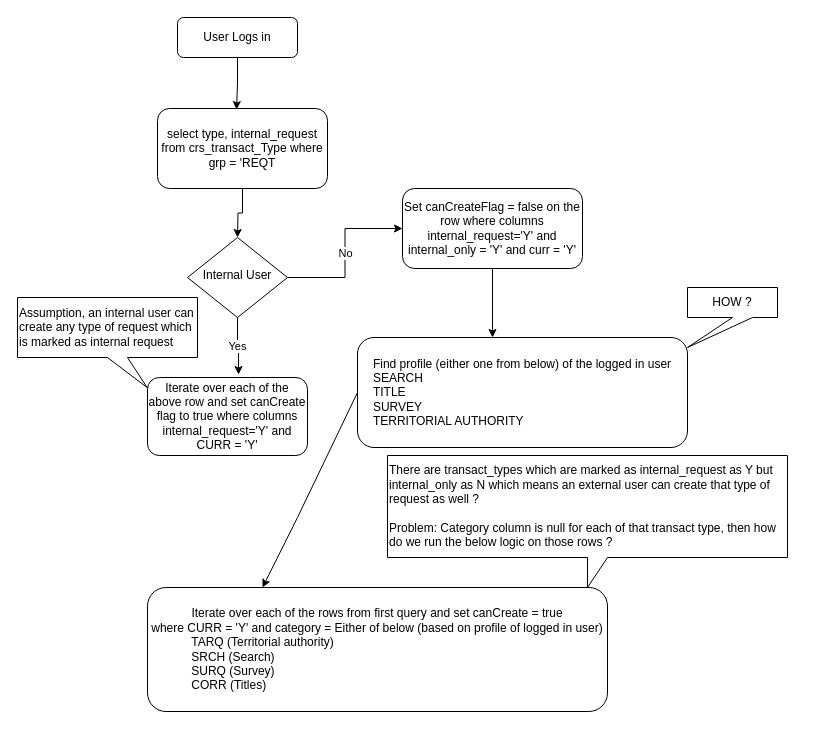
Before: src/main/resources/Untitled Diagram.drawio in aryasunny/employee-api, a draw.io diagram. Source tidied: cells renumbered, new cells numbered last; positions are measured from the earlier drawing's top-left corner, leaving out a move shared by most shapes. Both pictures are drawn from the tidied source at 100%, with x=0, y=0 at pixel (17, 17).
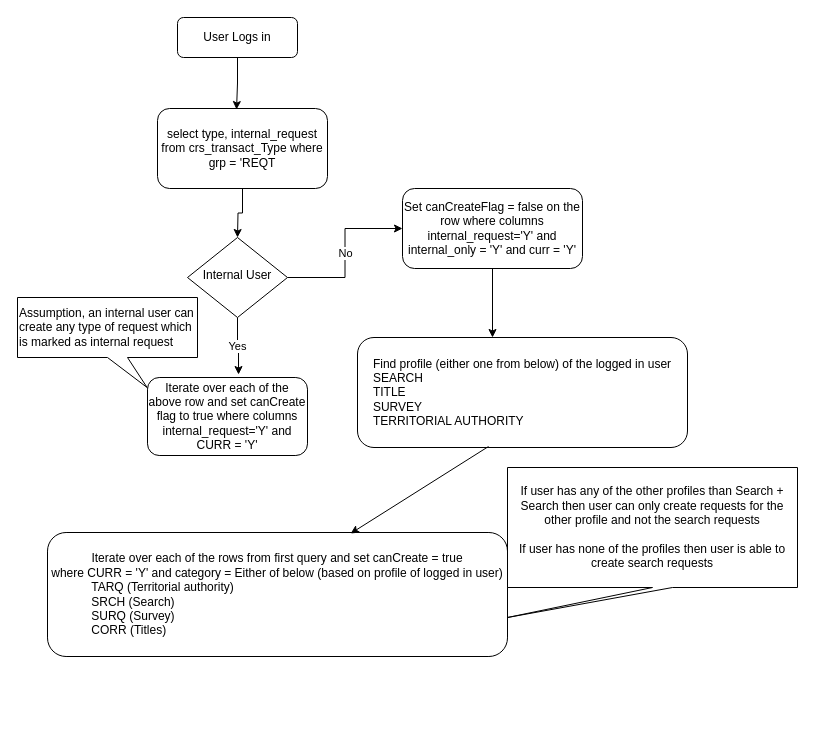
Above is the later version.

The change refers to these unchanged cells:
```xml
<mxCell id="12" value="&lt;div style=&quot;text-align: left;&quot;&gt;&lt;span style=&quot;background-color: initial;&quot;&gt;Find profile (either one from below) of the logged in user&lt;/span&gt;&lt;/div&gt;&lt;div style=&quot;text-align: left;&quot;&gt;&lt;span style=&quot;background-color: initial;&quot;&gt;SEARCH&lt;/span&gt;&lt;/div&gt;&lt;div style=&quot;text-align: left;&quot;&gt;&lt;span style=&quot;background-color: initial;&quot;&gt;TITLE&lt;/span&gt;&lt;/div&gt;&lt;div style=&quot;text-align: left;&quot;&gt;&lt;span style=&quot;background-color: initial;&quot;&gt;SURVEY&lt;/span&gt;&lt;/div&gt;&lt;div style=&quot;text-align: left;&quot;&gt;&lt;span style=&quot;background-color: initial;&quot;&gt;TERRITORIAL AUTHORITY&lt;/span&gt;&lt;/div&gt;" style="rounded=1;whiteSpace=wrap;html=1;" parent="1" vertex="1">
  <mxGeometry x="340" y="320" width="330" height="110" as="geometry" />
</mxCell>
```

Diff of the diagram source:
```diff
@@
     <mxCell id="13" value="Iterate over each of the rows from first query and set canCreate = true &lt;br&gt;where CURR = 'Y' and category = Either of below (based on profile of logged in user)&lt;br&gt;&lt;blockquote style=&quot;margin: 0 0 0 40px; border: none; padding: 0px;&quot;&gt;&lt;div style=&quot;text-align: left;&quot;&gt;&lt;span style=&quot;background-color: initial;&quot;&gt;TARQ (Territorial authority)&lt;/span&gt;&lt;/div&gt;&lt;div style=&quot;text-align: left;&quot;&gt;&lt;span style=&quot;background-color: initial;&quot;&gt;SRCH (Search)&lt;/span&gt;&lt;/div&gt;&lt;div style=&quot;text-align: left;&quot;&gt;&lt;span style=&quot;background-color: initial;&quot;&gt;SURQ (Survey)&lt;/span&gt;&lt;/div&gt;&lt;div style=&quot;text-align: left;&quot;&gt;&lt;span style=&quot;background-color: initial;&quot;&gt;CORR (Titles)&lt;/span&gt;&lt;/div&gt;&lt;/blockquote&gt;" style="rounded=1;whiteSpace=wrap;html=1;" parent="1" vertex="1">
-      <mxGeometry x="130" y="570" width="460" height="124" as="geometry" />
+      <mxGeometry x="30" y="515" width="460" height="124" as="geometry" />
     </mxCell>
-    <mxCell id="14" value="HOW ?" style="shape=callout;whiteSpace=wrap;html=1;perimeter=calloutPerimeter;position2=0;" parent="1" vertex="1">
-      <mxGeometry x="670" y="270" width="90" height="60" as="geometry" />
-    </mxCell>
-    <mxCell id="15" value="There are transact_types which are marked as internal_request as Y but internal_only as N which means an external user can create that type of request as well ?&lt;br&gt;&lt;br&gt;Problem: Category column is null for each of that transact type, then how do we run the below logic on those rows ?" style="shape=callout;whiteSpace=wrap;html=1;perimeter=calloutPerimeter;align=left;" parent="1" vertex="1">
-      <mxGeometry x="370" y="438" width="400" height="132" as="geometry" />
-    </mxCell>
-    <mxCell id="16" style="endArrow=classic;html=1;rounded=0;exitX=0;exitY=0.5;exitDx=0;exitDy=0;entryX=0.25;entryY=0;entryDx=0;entryDy=0;" parent="1" edge="1" source="12" target="13">
-      <mxGeometry relative="1" as="geometry">
-        <Array as="points">
-          <mxPoint x="280" y="500" />
-        </Array>
-      </mxGeometry>
+    <mxCell id="16" style="endArrow=classic;html=1;rounded=0;exitX=0.397;exitY=0.991;exitDx=0;exitDy=0;entryX=0.659;entryY=0.008;entryDx=0;entryDy=0;exitPerimeter=0;entryPerimeter=0;" parent="1" edge="1" source="12" target="13">
+      <mxGeometry relative="1" as="geometry" />
     </mxCell>
@@
+    <mxCell id="18" value="If user has any of the other profiles than Search + Search then user can only create requests for the other profile and not the search requests&lt;br&gt;&lt;br&gt;If user has none of the profiles then user is able to create search requests&lt;br&gt;" style="shape=callout;whiteSpace=wrap;html=1;perimeter=calloutPerimeter;position2=0;" parent="1" vertex="1">
+      <mxGeometry x="490" y="450" width="290" height="150" as="geometry" />
+    </mxCell>
```
